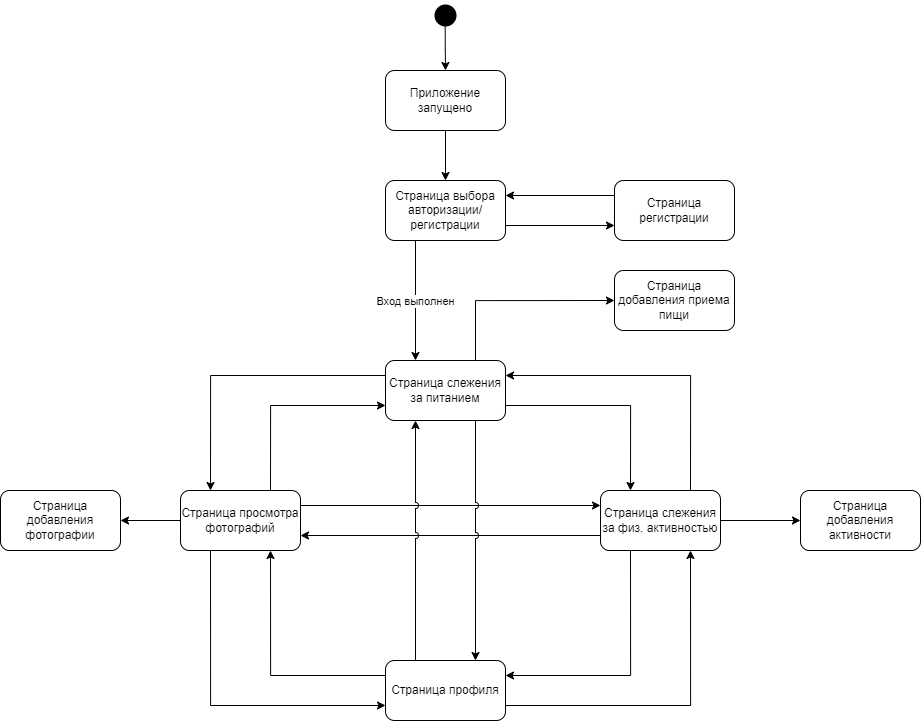
Earlier version of the draw.io export docs/diagrams/State_app.png (d-poluecktov/light-weight-app). Source tidied: cells renumbered, new cells last; positions are measured from the earlier drawing's top-left corner, leaving out a move shared by most shapes.
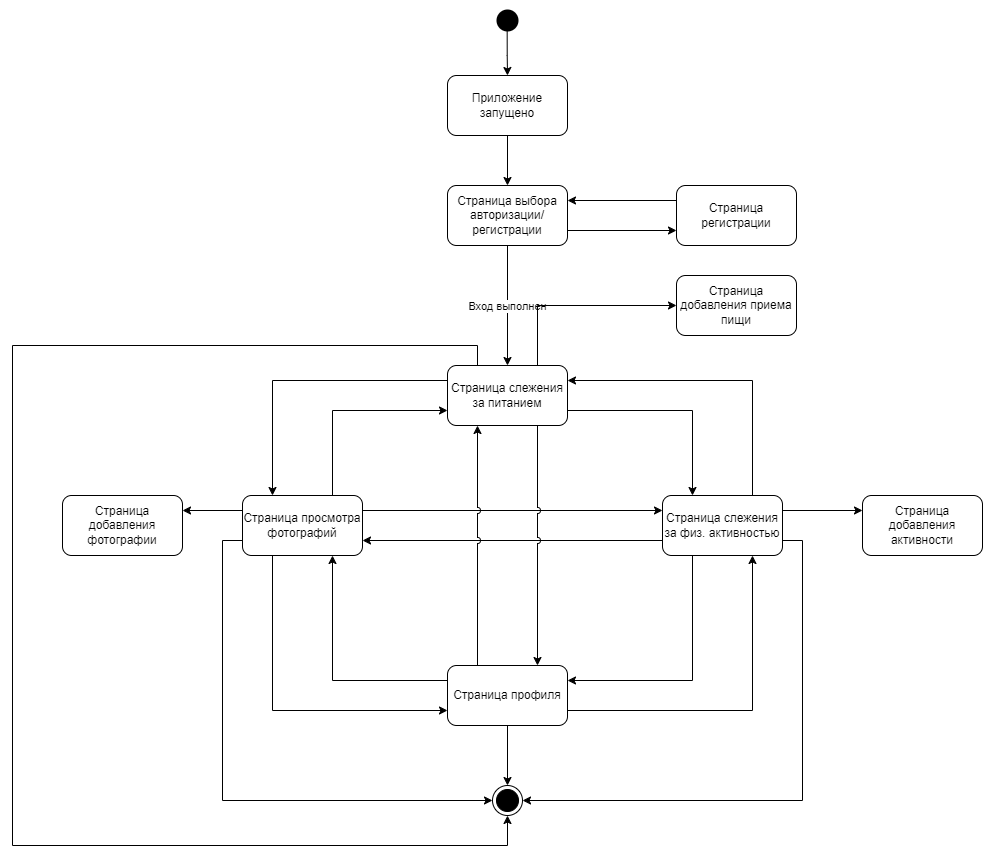
After the commit.

Commit message:
fixed State_app

The edit, as a diff of the source:
```diff
@@ -14,7 +14,7 @@
     <mxCell id="5" value="Приложение запущено" style="rounded=1;whiteSpace=wrap;html=1;" parent="1" vertex="1">
       <mxGeometry x="385" y="70" width="120" height="60" as="geometry" />
     </mxCell>
-    <mxCell id="6" style="rounded=0;jettySize=auto;html=1;exitX=0.25;exitY=1;exitDx=0;exitDy=0;entryX=0.25;entryY=0;entryDx=0;entryDy=0;" parent="1" edge="1" source="9" target="13">
+    <mxCell id="6" style="rounded=0;jettySize=auto;html=1;entryX=0.5;entryY=0;entryDx=0;entryDy=0;exitX=0.5;exitY=1;exitDx=0;exitDy=0;" parent="1" edge="1" source="9" target="13">
       <mxGeometry relative="1" as="geometry" />
     </mxCell>
     <mxCell id="7" value="Вход выполнен" style="edgeLabel;html=1;align=center;verticalAlign=middle;" parent="6" vertex="1">
@@ -39,6 +39,16 @@
         </Array>
       </mxGeometry>
     </mxCell>
+    <mxCell id="34" style="edgeStyle=orthogonalEdgeStyle;rounded=0;jettySize=auto;html=1;exitX=0.25;exitY=0;exitDx=0;exitDy=0;entryX=0.5;entryY=1;entryDx=0;entryDy=0;" parent="1" edge="1" source="13" target="38">
+      <mxGeometry relative="1" as="geometry">
+        <Array as="points">
+          <mxPoint x="415" y="340" />
+          <mxPoint x="-50" y="340" />
+          <mxPoint x="-50" y="840" />
+          <mxPoint x="445" y="840" />
+        </Array>
+      </mxGeometry>
+    </mxCell>
     <mxCell id="13" value="Страница слежения за питанием" style="rounded=1;whiteSpace=wrap;html=1;" parent="1" vertex="1">
       <mxGeometry x="385" y="360" width="120" height="60" as="geometry" />
     </mxCell>
@@ -57,9 +67,12 @@
     <mxCell id="18" style="rounded=0;jettySize=auto;html=1;exitX=0;exitY=0.75;exitDx=0;exitDy=0;entryX=1;entryY=0.75;entryDx=0;entryDy=0;strokeColor=#000000;jumpStyle=arc;" parent="1" edge="1" source="20" target="25">
       <mxGeometry relative="1" as="geometry" />
     </mxCell>
-    <mxCell id="19" style="rounded=0;jettySize=auto;html=1;exitX=1;exitY=0.5;exitDx=0;exitDy=0;entryX=0;entryY=0.5;entryDx=0;entryDy=0;" parent="1" edge="1" source="20" target="31">
+    <mxCell id="19" style="rounded=0;jettySize=auto;html=1;exitX=1;exitY=0.25;exitDx=0;exitDy=0;entryX=0;entryY=0.25;entryDx=0;entryDy=0;" parent="1" edge="1" source="20" target="31">
       <mxGeometry relative="1" as="geometry" />
     </mxCell>
+    <mxCell id="35" style="edgeStyle=orthogonalEdgeStyle;rounded=0;jettySize=auto;html=1;exitX=1;exitY=0.75;exitDx=0;exitDy=0;entryX=1;entryY=0.5;entryDx=0;entryDy=0;" parent="1" edge="1" source="20" target="38">
+      <mxGeometry relative="1" as="geometry" />
+    </mxCell>
     <mxCell id="20" value="Страница слежения за физ. активностью" style="rounded=1;whiteSpace=wrap;html=1;" parent="1" vertex="1">
       <mxGeometry x="600" y="490" width="120" height="60" as="geometry" />
     </mxCell>
@@ -72,9 +85,17 @@
     <mxCell id="23" style="edgeStyle=orthogonalEdgeStyle;rounded=0;jettySize=auto;html=1;exitX=0.25;exitY=1;exitDx=0;exitDy=0;entryX=0;entryY=0.75;entryDx=0;entryDy=0;strokeColor=#000000;" parent="1" edge="1" source="25" target="29">
       <mxGeometry relative="1" as="geometry" />
     </mxCell>
-    <mxCell id="24" style="rounded=0;jettySize=auto;html=1;exitX=0;exitY=0.5;exitDx=0;exitDy=0;entryX=1;entryY=0.5;entryDx=0;entryDy=0;entryPerimeter=0;" parent="1" edge="1" source="25" target="32">
+    <mxCell id="24" style="rounded=0;jettySize=auto;html=1;exitX=0;exitY=0.25;exitDx=0;exitDy=0;entryX=1;entryY=0.25;entryDx=0;entryDy=0;" parent="1" edge="1" source="25" target="32">
       <mxGeometry relative="1" as="geometry" />
     </mxCell>
+    <mxCell id="36" style="edgeStyle=orthogonalEdgeStyle;rounded=0;jettySize=auto;html=1;exitX=0;exitY=0.75;exitDx=0;exitDy=0;entryX=0;entryY=0.5;entryDx=0;entryDy=0;" parent="1" edge="1" source="25" target="38">
+      <mxGeometry relative="1" as="geometry">
+        <Array as="points">
+          <mxPoint x="160" y="535" />
+          <mxPoint x="160" y="795" />
+        </Array>
+      </mxGeometry>
+    </mxCell>
     <mxCell id="25" value="Страница просмотра фотографий" style="rounded=1;whiteSpace=wrap;html=1;" parent="1" vertex="1">
       <mxGeometry x="180" y="490" width="120" height="60" as="geometry" />
     </mxCell>
@@ -87,6 +108,9 @@
     <mxCell id="28" style="edgeStyle=orthogonalEdgeStyle;rounded=0;jettySize=auto;html=1;exitX=0.25;exitY=0;exitDx=0;exitDy=0;entryX=0.25;entryY=1;entryDx=0;entryDy=0;strokeColor=#000000;jumpStyle=arc;" parent="1" edge="1" source="29" target="13">
       <mxGeometry relative="1" as="geometry" />
     </mxCell>
+    <mxCell id="37" style="edgeStyle=orthogonalEdgeStyle;rounded=0;jettySize=auto;html=1;exitX=0.5;exitY=1;exitDx=0;exitDy=0;entryX=0.5;entryY=0;entryDx=0;entryDy=0;" parent="1" edge="1" source="29" target="38">
+      <mxGeometry relative="1" as="geometry" />
+    </mxCell>
     <mxCell id="29" value="Страница профиля" style="rounded=1;whiteSpace=wrap;html=1;" parent="1" vertex="1">
       <mxGeometry x="385" y="660" width="120" height="60" as="geometry" />
     </mxCell>
@@ -102,5 +126,8 @@
     <mxCell id="33" value="Страница добавления приема пищи" style="rounded=1;whiteSpace=wrap;html=1;" parent="1" vertex="1">
       <mxGeometry x="614" y="270" width="120" height="60" as="geometry" />
     </mxCell>
+    <mxCell id="38" style="ellipse;html=1;shape=endState;fillColor=#000000;strokeColor=default;" parent="1" vertex="1">
+      <mxGeometry x="430" y="780" width="30" height="30" as="geometry" />
+    </mxCell>
   </root>
 </mxGraphModel>
```
